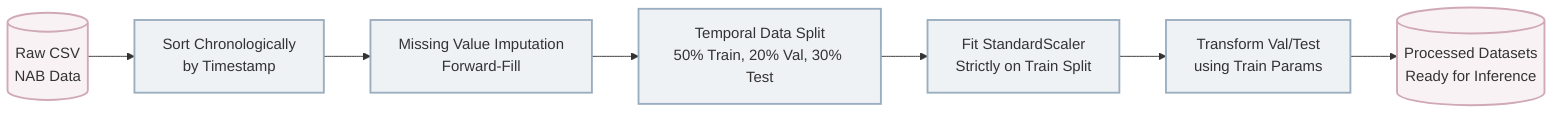
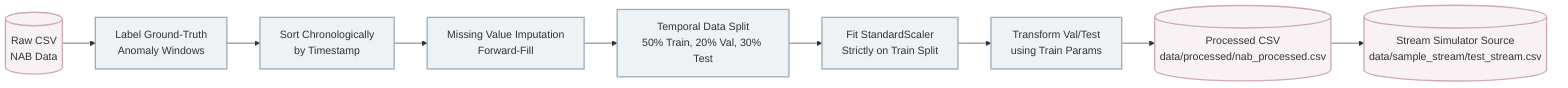
graph LR
    classDef data fill:#f9f2f4,stroke:#d0a9b5,stroke-width:2px,color:#333
    classDef process fill:#eef2f5,stroke:#9baebf,stroke-width:2px,color:#333
    classDef output fill:#e8f5e9,stroke:#81c784,stroke-width:2px,color:#333

-     Raw[(Raw CSV\nNAB Data)] --> Sort[Sort Chronologically\nby Timestamp]
+     Raw[(Raw CSV\nNAB Data)] --> Label[Label Ground-Truth\nAnomaly Windows]
+     Label --> Sort[Sort Chronologically\nby Timestamp]
    Sort --> Impute[Missing Value Imputation\nForward-Fill]
    Impute --> Split[Temporal Data Split\n50% Train, 20% Val, 30% Test]
    Split --> FitScale[Fit StandardScaler\nStrictly on Train Split]
    FitScale --> TransScale[Transform Val/Test\nusing Train Params]
-     TransScale --> Save[(Processed Datasets\nReady for Inference)]
+     TransScale --> Save[(Processed CSV\ndata/processed/nab_processed.csv)]
+     Save --> Stream[(Stream Simulator Source\ndata/sample_stream/test_stream.csv)]

-     class Raw,Save data
-     class Sort,Impute,Split,FitScale,TransScale process
+     class Raw,Save,Stream data
+     class Label,Sort,Impute,Split,FitScale,TransScale process
